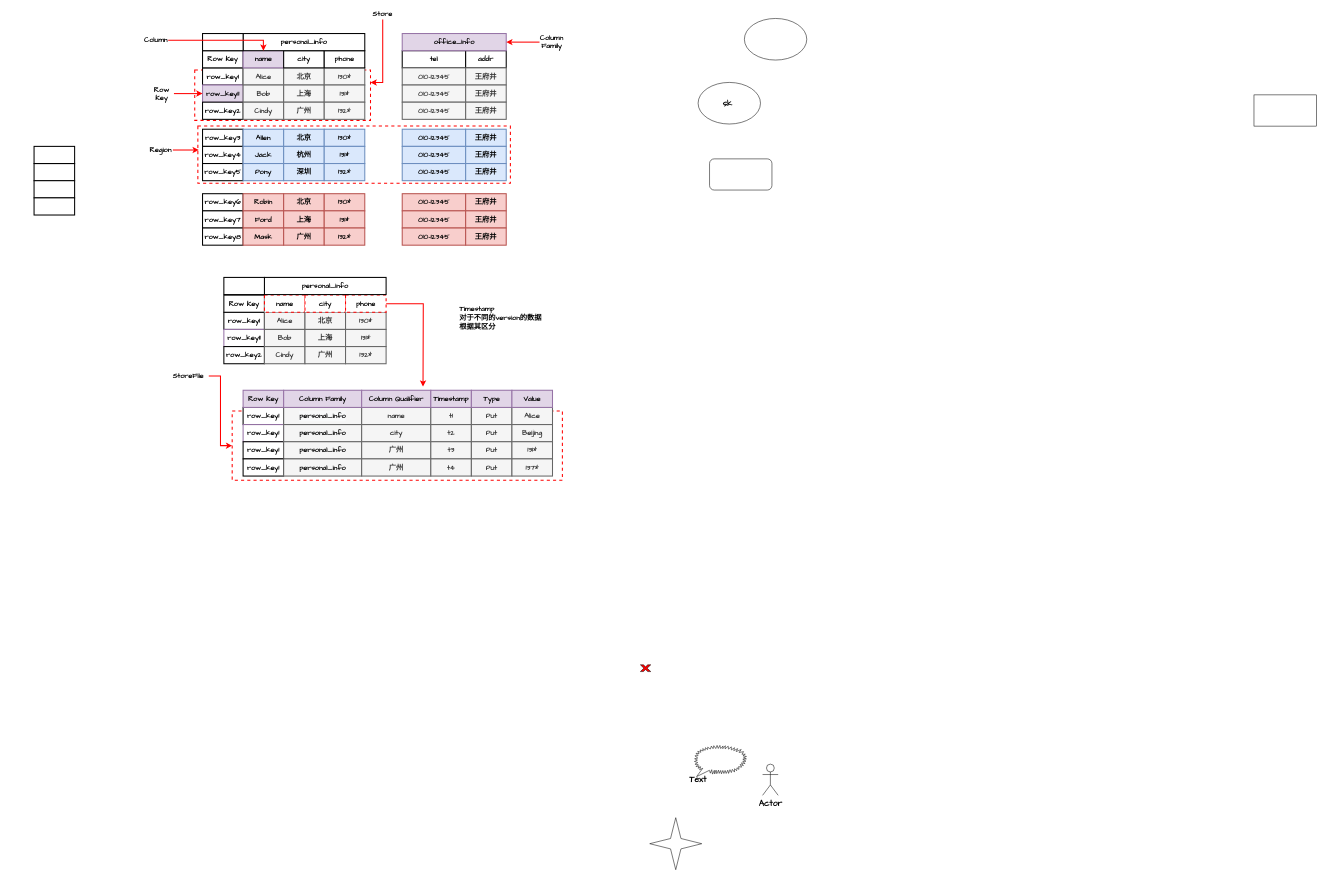
This is src/main/leetcode_manuscripts/draw_io/hbase_test_1.drawio from wat1r/geek-algorithm-leetcode, a draw.io file, before an edit. Source tidied: cells renumbered, new cells numbered last; positions are measured from the earlier drawing's top-left corner, leaving out a move shared by most shapes. Both pictures are drawn from the tidied source at 52%, with x=0, y=0 at pixel (34, 9).
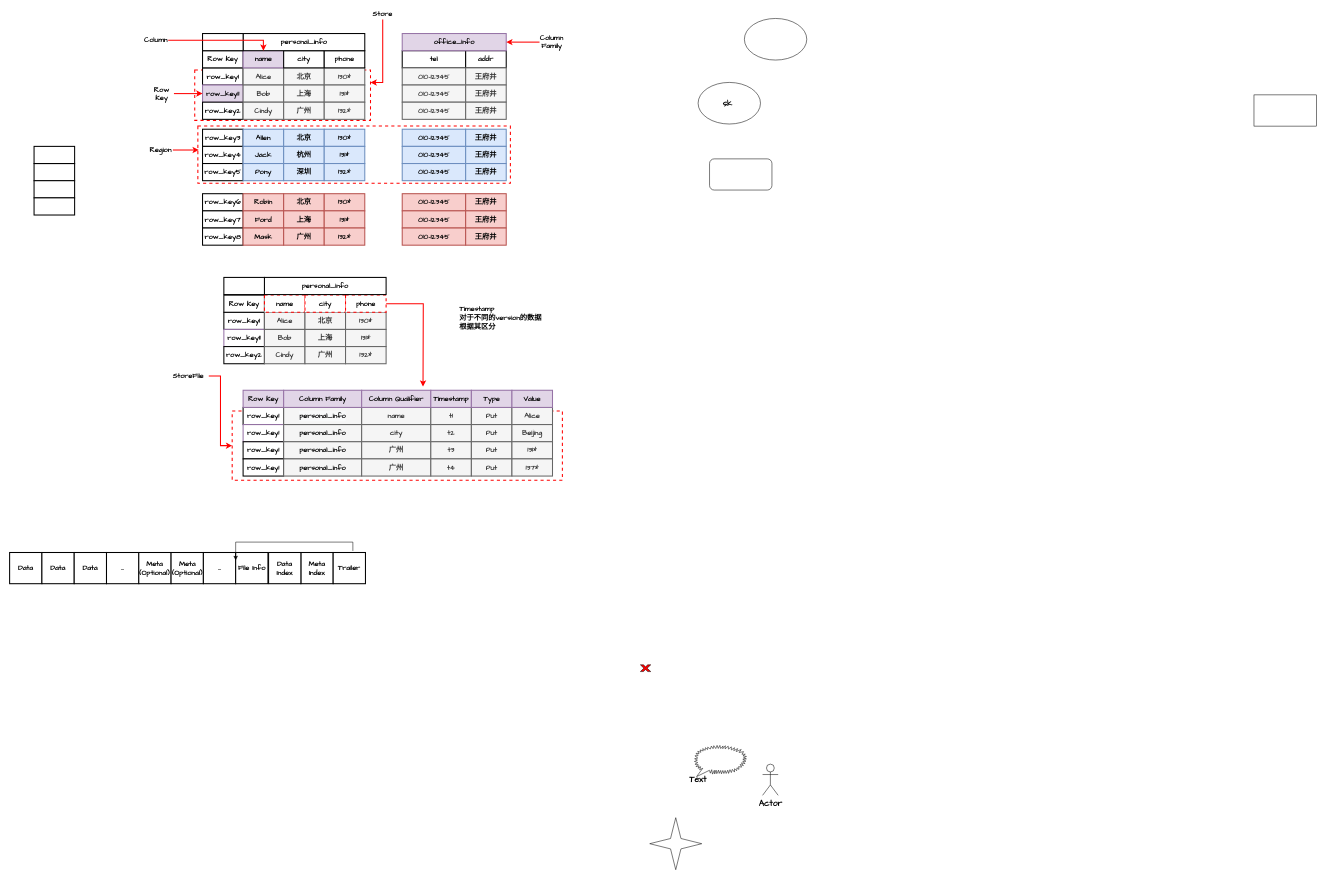
The same page after the edit.

Change to the diagram source:
```diff
@@
+    <mxCell id="143" value="Data" style="rounded=0;whiteSpace=wrap;html=1;strokeWidth=2;fontFamily=Comic Sans MS;fontStyle=1;fontSize=14;" parent="1" vertex="1">
+      <mxGeometry x="-47" y="1045" width="62.1" height="60" as="geometry" />
+    </mxCell>
+    <mxCell id="144" value="Data" style="rounded=0;whiteSpace=wrap;html=1;strokeWidth=2;fontFamily=Comic Sans MS;fontStyle=1;fontSize=14;" parent="1" vertex="1">
+      <mxGeometry x="15.1" y="1045" width="62.1" height="60" as="geometry" />
+    </mxCell>
+    <mxCell id="145" value="Data" style="rounded=0;whiteSpace=wrap;html=1;strokeWidth=2;fontFamily=Comic Sans MS;fontStyle=1;fontSize=14;" parent="1" vertex="1">
+      <mxGeometry x="77.2" y="1045" width="62.1" height="60" as="geometry" />
+    </mxCell>
+    <mxCell id="146" value="..." style="rounded=0;whiteSpace=wrap;html=1;strokeWidth=2;fontFamily=Comic Sans MS;fontStyle=1;fontSize=14;" parent="1" vertex="1">
+      <mxGeometry x="139.3" y="1045" width="62.1" height="60" as="geometry" />
+    </mxCell>
+    <mxCell id="147" value="Meta&lt;br&gt;(Optional)" style="rounded=0;whiteSpace=wrap;html=1;strokeWidth=2;fontFamily=Comic Sans MS;fontStyle=1;fontSize=14;" parent="1" vertex="1">
+      <mxGeometry x="201.4" y="1045" width="62.1" height="60" as="geometry" />
+    </mxCell>
+    <mxCell id="148" value="Meta&lt;br&gt;(Optional)" style="rounded=0;whiteSpace=wrap;html=1;strokeWidth=2;fontFamily=Comic Sans MS;fontStyle=1;fontSize=14;" parent="1" vertex="1">
+      <mxGeometry x="263.5" y="1045" width="62.1" height="60" as="geometry" />
+    </mxCell>
+    <mxCell id="149" value="..." style="rounded=0;whiteSpace=wrap;html=1;strokeWidth=2;fontFamily=Comic Sans MS;fontStyle=1;fontSize=14;" parent="1" vertex="1">
+      <mxGeometry x="325.6" y="1045" width="62.1" height="60" as="geometry" />
+    </mxCell>
+    <mxCell id="150" value="File Info" style="rounded=0;whiteSpace=wrap;html=1;strokeWidth=2;fontFamily=Comic Sans MS;fontStyle=1;fontSize=14;" parent="1" vertex="1">
+      <mxGeometry x="387.7" y="1045" width="62.1" height="60" as="geometry" />
+    </mxCell>
+    <mxCell id="151" style="edgeStyle=orthogonalEdgeStyle;rounded=0;jettySize=auto;html=1;exitX=0.61;exitY=-0.05;exitDx=0;exitDy=0;entryX=0;entryY=0.25;entryDx=0;entryDy=0;exitPerimeter=0;" parent="1" edge="1" source="153" target="150">
+      <mxGeometry relative="1" as="geometry">
+        <Array as="points">
+          <mxPoint x="613" y="1025" />
+          <mxPoint x="388" y="1025" />
+        </Array>
+      </mxGeometry>
+    </mxCell>
+    <mxCell id="152" value="Meta&lt;br&gt;Index" style="rounded=0;whiteSpace=wrap;html=1;strokeWidth=2;fontFamily=Comic Sans MS;fontStyle=1;fontSize=14;" parent="1" vertex="1">
+      <mxGeometry x="513.1" y="1045" width="62.1" height="60" as="geometry" />
+    </mxCell>
+    <mxCell id="153" value="Trailer" style="rounded=0;whiteSpace=wrap;html=1;strokeWidth=2;fontFamily=Comic Sans MS;fontStyle=1;fontSize=14;" parent="1" vertex="1">
+      <mxGeometry x="575.2" y="1045" width="62.1" height="60" as="geometry" />
+    </mxCell>
+    <mxCell id="154" value="Data&lt;br&gt;Index" style="rounded=0;whiteSpace=wrap;html=1;strokeWidth=2;fontFamily=Comic Sans MS;fontStyle=1;fontSize=14;" parent="1" vertex="1">
+      <mxGeometry x="451" y="1045" width="62.1" height="60" as="geometry" />
+    </mxCell>
```
